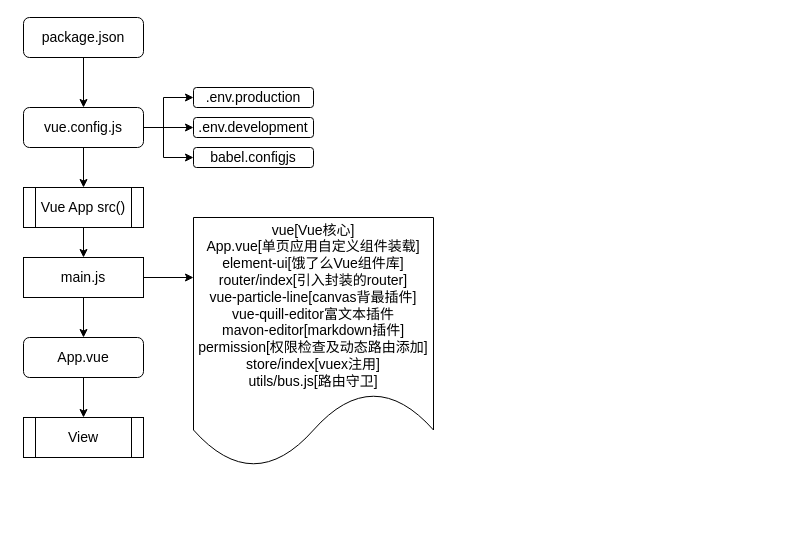
Earlier version of the draw.io diagram front.drawio (hellousworld/cvc). Source tidied: cells renumbered, new cells numbered last; positions are measured from the earlier drawing's top-left corner, leaving out a move shared by most shapes. Both pictures are drawn from the tidied source at 100%, with x=0, y=0 at pixel (23, 17).
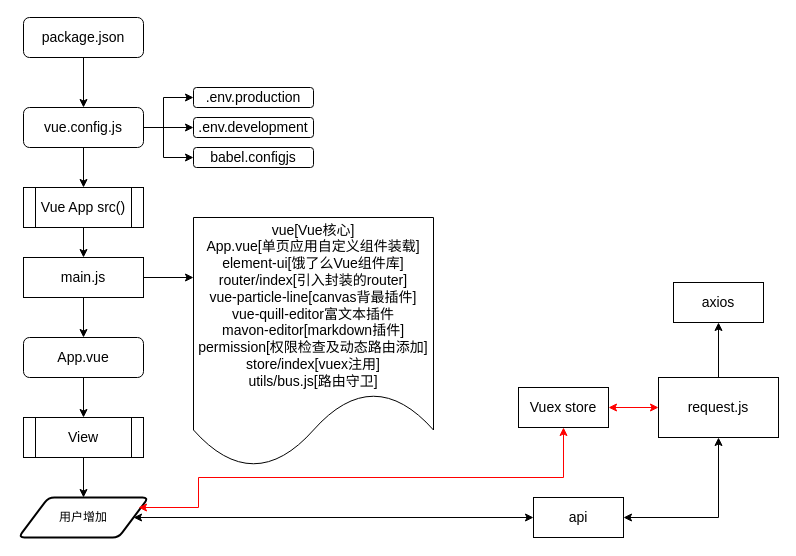
The same diagram, later.

The change refers to these unchanged cells:
```xml
<mxCell id="14" value="&lt;font style=&quot;font-size: 14px;&quot;&gt;View&lt;/font&gt;" style="shape=process;whiteSpace=wrap;html=1;backgroundOutline=1;" parent="1" vertex="1">
  <mxGeometry y="400" width="120" height="40" as="geometry" />
</mxCell>
```

What changed in the source:
```diff
@@
+    <mxCell id="21" value="用户增加" style="shape=parallelogram;html=1;strokeWidth=2;perimeter=parallelogramPerimeter;whiteSpace=wrap;rounded=1;arcSize=12;size=0.23;" parent="1" vertex="1">
+      <mxGeometry x="-5" y="480" width="130" height="40" as="geometry" />
+    </mxCell>
+    <mxCell id="22" value="&lt;font style=&quot;font-size: 14px;&quot;&gt;api&lt;/font&gt;" style="rounded=0;whiteSpace=wrap;html=1;" parent="1" vertex="1">
+      <mxGeometry x="510" y="480" width="90" height="40" as="geometry" />
+    </mxCell>
+    <mxCell id="23" value="&lt;font style=&quot;font-size: 14px;&quot;&gt;request.js&lt;/font&gt;" style="rounded=0;whiteSpace=wrap;html=1;" parent="1" vertex="1">
+      <mxGeometry x="635" y="360" width="120" height="60" as="geometry" />
+    </mxCell>
+    <mxCell id="24" value="&lt;font style=&quot;font-size: 14px;&quot;&gt;axios&lt;/font&gt;" style="rounded=0;whiteSpace=wrap;html=1;" parent="1" vertex="1">
+      <mxGeometry x="650" y="265" width="90" height="40" as="geometry" />
+    </mxCell>
+    <mxCell id="25" style="endArrow=classic;html=1;rounded=0;exitX=0.5;exitY=0;exitDx=0;exitDy=0;entryX=0.5;entryY=1;entryDx=0;entryDy=0;" parent="1" edge="1" source="23" target="24">
+      <mxGeometry relative="1" as="geometry" />
+    </mxCell>
+    <mxCell id="26" value="&lt;span style=&quot;font-size: 14px;&quot;&gt;Vuex store&lt;/span&gt;" style="rounded=0;whiteSpace=wrap;html=1;" parent="1" vertex="1">
+      <mxGeometry x="495" y="370" width="90" height="40" as="geometry" />
+    </mxCell>
+    <mxCell id="27" style="endArrow=classic;startArrow=classic;html=1;rounded=0;exitX=1;exitY=0.5;exitDx=0;exitDy=0;entryX=0;entryY=0.5;entryDx=0;entryDy=0;" parent="1" edge="1" source="21" target="22">
+      <mxGeometry relative="1" as="geometry" />
+    </mxCell>
+    <mxCell id="28" style="endArrow=classic;startArrow=classic;html=1;rounded=0;exitX=1;exitY=0.5;exitDx=0;exitDy=0;entryX=0.5;entryY=1;entryDx=0;entryDy=0;" parent="1" edge="1" source="22" target="23">
+      <mxGeometry relative="1" as="geometry">
+        <Array as="points">
+          <mxPoint x="695" y="500" />
+        </Array>
+      </mxGeometry>
+    </mxCell>
+    <mxCell id="29" style="endArrow=classic;startArrow=classic;html=1;rounded=0;exitX=0;exitY=0.5;exitDx=0;exitDy=0;entryX=1;entryY=0.5;entryDx=0;entryDy=0;strokeColor=#FF0000;" parent="1" edge="1" source="23" target="26">
+      <mxGeometry relative="1" as="geometry" />
+    </mxCell>
+    <mxCell id="30" style="endArrow=classic;startArrow=classic;html=1;rounded=0;entryX=0.5;entryY=1;entryDx=0;entryDy=0;strokeColor=#FF0000;" parent="1" edge="1" target="26">
+      <mxGeometry relative="1" as="geometry">
+        <mxPoint x="115" y="490" as="sourcePoint" />
+        <Array as="points">
+          <mxPoint x="175" y="490" />
+          <mxPoint x="175" y="460" />
+          <mxPoint x="540" y="460" />
+        </Array>
+      </mxGeometry>
+    </mxCell>
+    <mxCell id="31" style="endArrow=classic;html=1;rounded=0;exitX=0.5;exitY=1;exitDx=0;exitDy=0;entryX=0.5;entryY=0;entryDx=0;entryDy=0;" parent="1" edge="1" source="14" target="21">
+      <mxGeometry relative="1" as="geometry" />
+    </mxCell>
```
